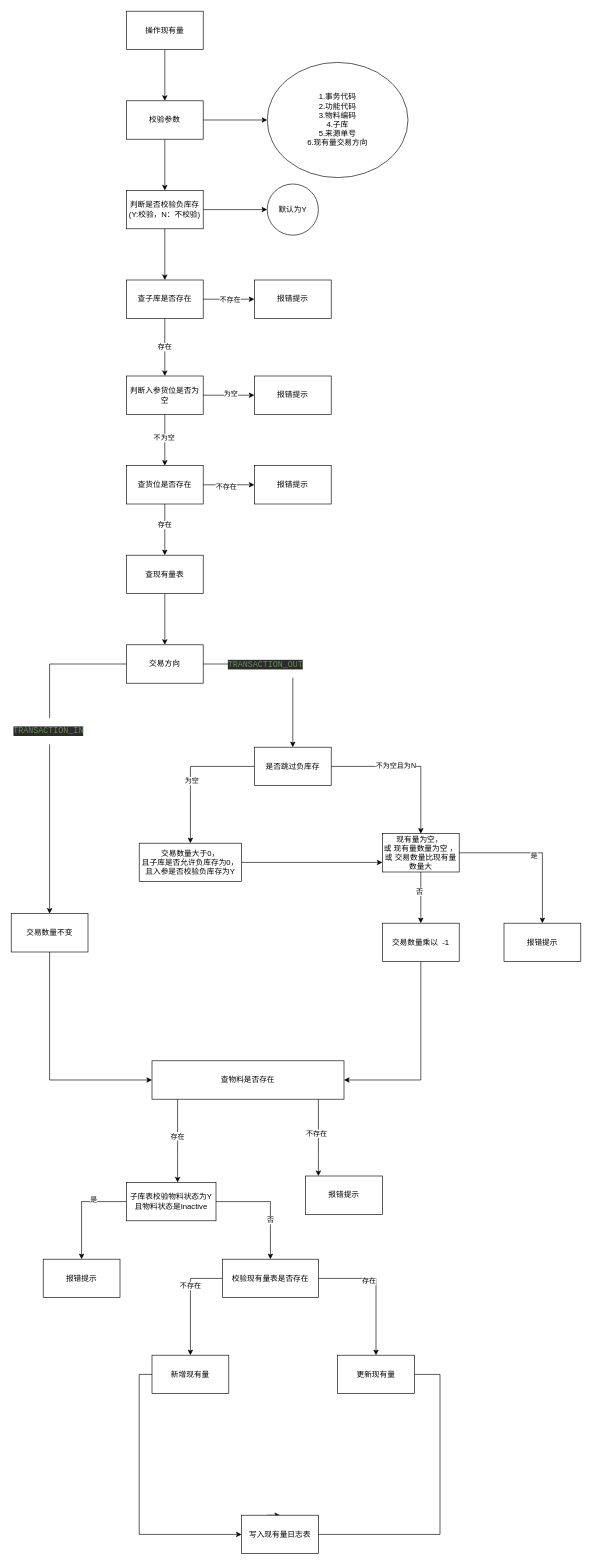
Above: 操作现有量.drawio in ChengyangLei/diagrams (draw.io), before the change. Source tidied: cells renumbered, new cells numbered last; positions are measured from the earlier drawing's top-left corner, leaving out a move shared by most shapes. Both pictures are drawn from the tidied source at 64%, with x=0, y=0 at pixel (11, 11).
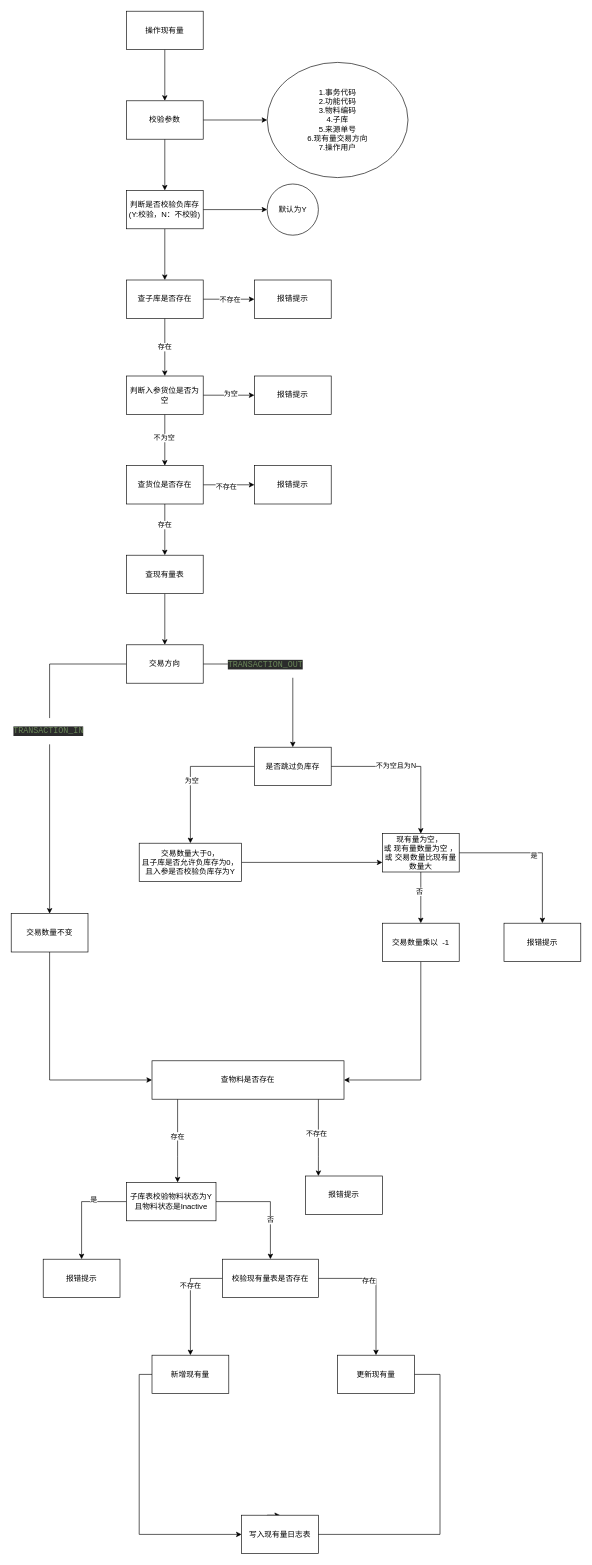
The same diagram, later.

Commit message (it also covers changes not shown here):
更新操作现有量.drawio

The edit, as a diff of the source:
```diff
@@
-    <mxCell id="7" value="1.事务代码&lt;div&gt;&lt;span style=&quot;background-color: transparent;&quot;&gt;2.功能代码&lt;/span&gt;&lt;div&gt;&lt;span style=&quot;background-color: transparent; color: light-dark(rgb(0, 0, 0), rgb(255, 255, 255));&quot;&gt;3.物料编码&lt;/span&gt;&lt;/div&gt;&lt;div&gt;&lt;span style=&quot;background-color: transparent; color: light-dark(rgb(0, 0, 0), rgb(255, 255, 255));&quot;&gt;4.子库&lt;/span&gt;&lt;/div&gt;&lt;div&gt;&lt;span style=&quot;background-color: transparent; color: light-dark(rgb(0, 0, 0), rgb(255, 255, 255));&quot;&gt;5.来源单号&lt;/span&gt;&lt;/div&gt;&lt;div&gt;&lt;span style=&quot;background-color: transparent;&quot;&gt;6.现有量交易方向&lt;/span&gt;&lt;/div&gt;&lt;/div&gt;" style="ellipse;whiteSpace=wrap;html=1;rounded=0;" parent="1" vertex="1">
+    <mxCell id="7" value="1.事务代码&lt;div&gt;&lt;span style=&quot;background-color: transparent;&quot;&gt;2.功能代码&lt;/span&gt;&lt;div&gt;&lt;span style=&quot;background-color: transparent; color: light-dark(rgb(0, 0, 0), rgb(255, 255, 255));&quot;&gt;3.物料编码&lt;/span&gt;&lt;/div&gt;&lt;div&gt;&lt;span style=&quot;background-color: transparent; color: light-dark(rgb(0, 0, 0), rgb(255, 255, 255));&quot;&gt;4.子库&lt;/span&gt;&lt;/div&gt;&lt;div&gt;&lt;span style=&quot;background-color: transparent; color: light-dark(rgb(0, 0, 0), rgb(255, 255, 255));&quot;&gt;5.来源单号&lt;/span&gt;&lt;/div&gt;&lt;div&gt;&lt;span style=&quot;background-color: transparent;&quot;&gt;6.现有量交易方向&lt;/span&gt;&lt;/div&gt;&lt;/div&gt;&lt;div&gt;&lt;span style=&quot;background-color: transparent;&quot;&gt;7.操作用户&lt;/span&gt;&lt;/div&gt;" style="ellipse;whiteSpace=wrap;html=1;rounded=0;" parent="1" vertex="1">
       <mxGeometry x="400" y="80" width="220" height="180" as="geometry" />
     </mxCell>
```
